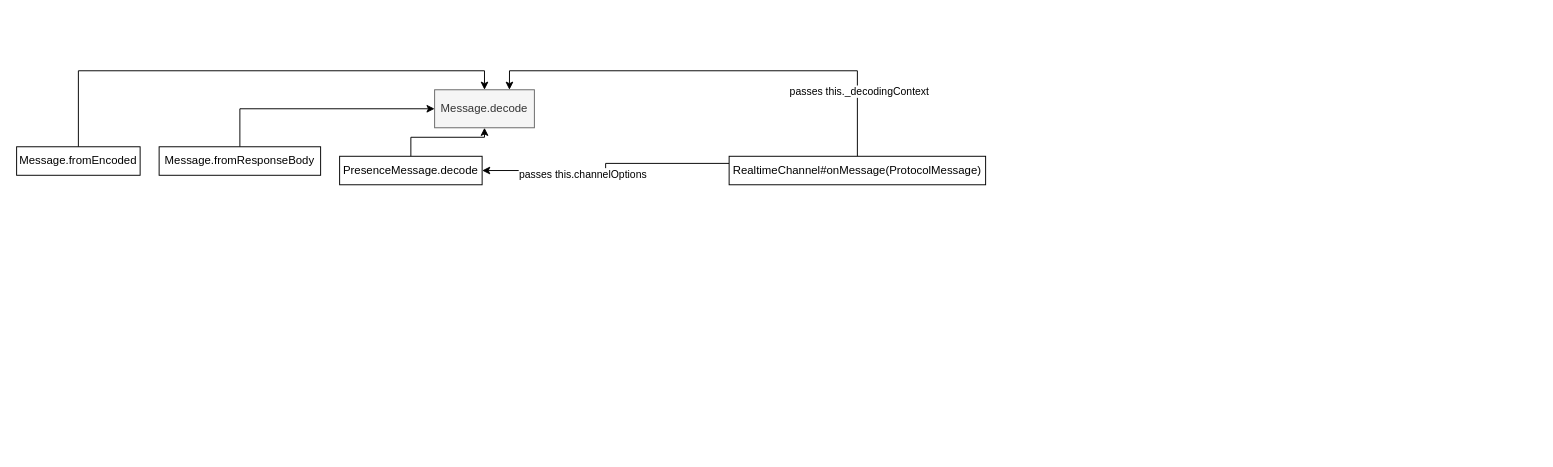
Before: ably-js 1302 (async Message.decode).drawio in lawrence-forooghian/drawio, a draw.io diagram. Source tidied: cells renumbered, new cells numbered last; positions are measured from the earlier drawing's top-left corner, leaving out a move shared by most shapes. Both pictures are drawn from the tidied source at 95%, with x=0, y=0 at pixel (16, 89).
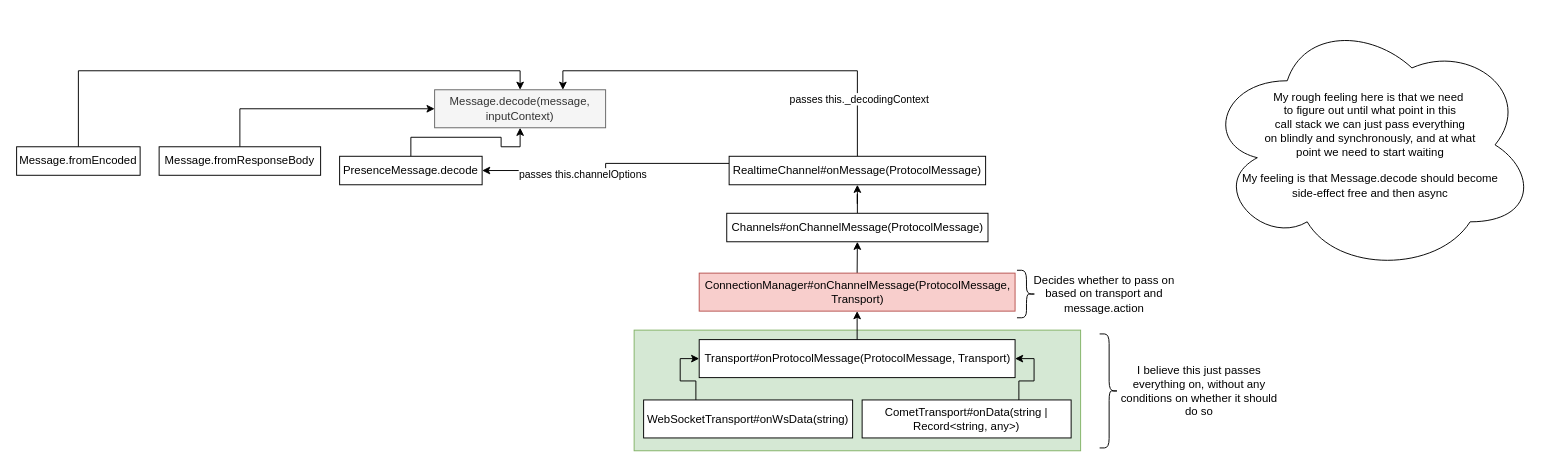
After the change.

Unchanged cells that the change refers to:
```xml
<mxCell id="13" value="RealtimeChannel#onMessage(ProtocolMessage)" style="rounded=0;whiteSpace=wrap;html=1;" parent="1" vertex="1">
  <mxGeometry x="750" y="70" width="270" height="30" as="geometry" />
</mxCell>
```

The edit, as a diff of the source:
```diff
@@
+    <mxCell id="14" style="rounded=0;whiteSpace=wrap;html=1;fillColor=#d5e8d4;strokeColor=#82b366;" parent="1" vertex="1">
+      <mxGeometry x="650" y="253" width="470" height="127" as="geometry" />
+    </mxCell>
-    <mxCell id="2" value="Message.decode" style="rounded=0;whiteSpace=wrap;html=1;fillColor=#f5f5f5;fontColor=#333333;strokeColor=#666666;" parent="1" vertex="1">
-      <mxGeometry x="440" width="105" height="40" as="geometry" />
+    <mxCell id="2" value="Message.decode(message, inputContext)" style="rounded=0;whiteSpace=wrap;html=1;fillColor=#f5f5f5;fontColor=#333333;strokeColor=#666666;" parent="1" vertex="1">
+      <mxGeometry x="440" width="180" height="40" as="geometry" />
     </mxCell>
@@
+    <mxCell id="15" style="edgeStyle=orthogonalEdgeStyle;rounded=0;jettySize=auto;html=1;exitX=0.5;exitY=0;exitDx=0;exitDy=0;" parent="1" edge="1" source="16" target="13">
+      <mxGeometry relative="1" as="geometry" />
+    </mxCell>
+    <mxCell id="16" value="Channels#onChannelMessage(ProtocolMessage)" style="rounded=0;whiteSpace=wrap;html=1;" parent="1" vertex="1">
+      <mxGeometry x="747.5" y="130" width="275" height="30" as="geometry" />
+    </mxCell>
+    <mxCell id="17" style="edgeStyle=orthogonalEdgeStyle;rounded=0;jettySize=auto;html=1;exitX=0.5;exitY=0;exitDx=0;exitDy=0;entryX=0.5;entryY=1;entryDx=0;entryDy=0;" parent="1" edge="1" source="18" target="16">
+      <mxGeometry relative="1" as="geometry" />
+    </mxCell>
+    <mxCell id="18" value="ConnectionManager#onChannelMessage(ProtocolMessage, Transport)" style="rounded=0;whiteSpace=wrap;html=1;fillColor=#f8cecc;strokeColor=#b85450;" parent="1" vertex="1">
+      <mxGeometry x="718.5" y="193" width="332.5" height="40" as="geometry" />
+    </mxCell>
+    <mxCell id="19" style="edgeStyle=orthogonalEdgeStyle;rounded=0;jettySize=auto;html=1;exitX=0.5;exitY=0;exitDx=0;exitDy=0;entryX=0.5;entryY=1;entryDx=0;entryDy=0;" parent="1" edge="1" source="20" target="18">
+      <mxGeometry relative="1" as="geometry" />
+    </mxCell>
+    <mxCell id="20" value="Transport#onProtocolMessage(ProtocolMessage, Transport)" style="rounded=0;whiteSpace=wrap;html=1;" parent="1" vertex="1">
+      <mxGeometry x="718.5" y="263" width="332.5" height="40" as="geometry" />
+    </mxCell>
+    <mxCell id="21" style="edgeStyle=orthogonalEdgeStyle;rounded=0;jettySize=auto;html=1;exitX=0.25;exitY=0;exitDx=0;exitDy=0;entryX=0;entryY=0.5;entryDx=0;entryDy=0;" parent="1" edge="1" source="22" target="20">
+      <mxGeometry relative="1" as="geometry" />
+    </mxCell>
+    <mxCell id="22" value="WebSocketTransport#onWsData(string)" style="rounded=0;whiteSpace=wrap;html=1;" parent="1" vertex="1">
+      <mxGeometry x="660" y="326.5" width="220" height="40" as="geometry" />
+    </mxCell>
+    <mxCell id="23" style="edgeStyle=orthogonalEdgeStyle;rounded=0;jettySize=auto;html=1;exitX=0.75;exitY=0;exitDx=0;exitDy=0;entryX=1;entryY=0.5;entryDx=0;entryDy=0;" parent="1" edge="1" source="24" target="20">
+      <mxGeometry relative="1" as="geometry" />
+    </mxCell>
+    <mxCell id="24" value="CometTransport#onData(string | Record&amp;lt;string, any&amp;gt;)" style="rounded=0;whiteSpace=wrap;html=1;" parent="1" vertex="1">
+      <mxGeometry x="890" y="326.5" width="220" height="40" as="geometry" />
+    </mxCell>
+    <mxCell id="25" value="My rough feeling here is that we need&amp;nbsp;&lt;br&gt;to figure out until what point in this&lt;br&gt;call stack we can just pass everything&lt;br&gt;on blindly and synchronously, and at what&lt;br&gt;point we need to start waiting&lt;br&gt;&lt;br&gt;My feeling is that Message.decode should become&lt;br&gt;side-effect free and then async" style="ellipse;shape=cloud;whiteSpace=wrap;html=1;" parent="1" vertex="1">
+      <mxGeometry x="1250" y="-77" width="350" height="270" as="geometry" />
+    </mxCell>
+    <mxCell id="26" style="shape=curlyBracket;whiteSpace=wrap;html=1;rounded=1;flipH=1;labelPosition=right;verticalLabelPosition=middle;align=left;verticalAlign=middle;" parent="1" vertex="1">
+      <mxGeometry x="1140" y="257" width="20" height="120" as="geometry" />
+    </mxCell>
+    <mxCell id="27" value="I believe this just passes everything on, without any conditions on whether it should do so" style="text;html=1;strokeColor=none;fillColor=none;align=center;verticalAlign=middle;whiteSpace=wrap;rounded=0;" parent="1" vertex="1">
+      <mxGeometry x="1160" y="301.5" width="170" height="30" as="geometry" />
+    </mxCell>
+    <mxCell id="28" style="shape=curlyBracket;whiteSpace=wrap;html=1;rounded=1;flipH=1;labelPosition=right;verticalLabelPosition=middle;align=left;verticalAlign=middle;" parent="1" vertex="1">
+      <mxGeometry x="1053" y="190" width="20" height="50" as="geometry" />
+    </mxCell>
+    <mxCell id="29" value="Decides whether to pass on based on transport and message.action" style="text;html=1;strokeColor=none;fillColor=none;align=center;verticalAlign=middle;whiteSpace=wrap;rounded=0;" parent="1" vertex="1">
+      <mxGeometry x="1060" y="190" width="170" height="50" as="geometry" />
+    </mxCell>
```
